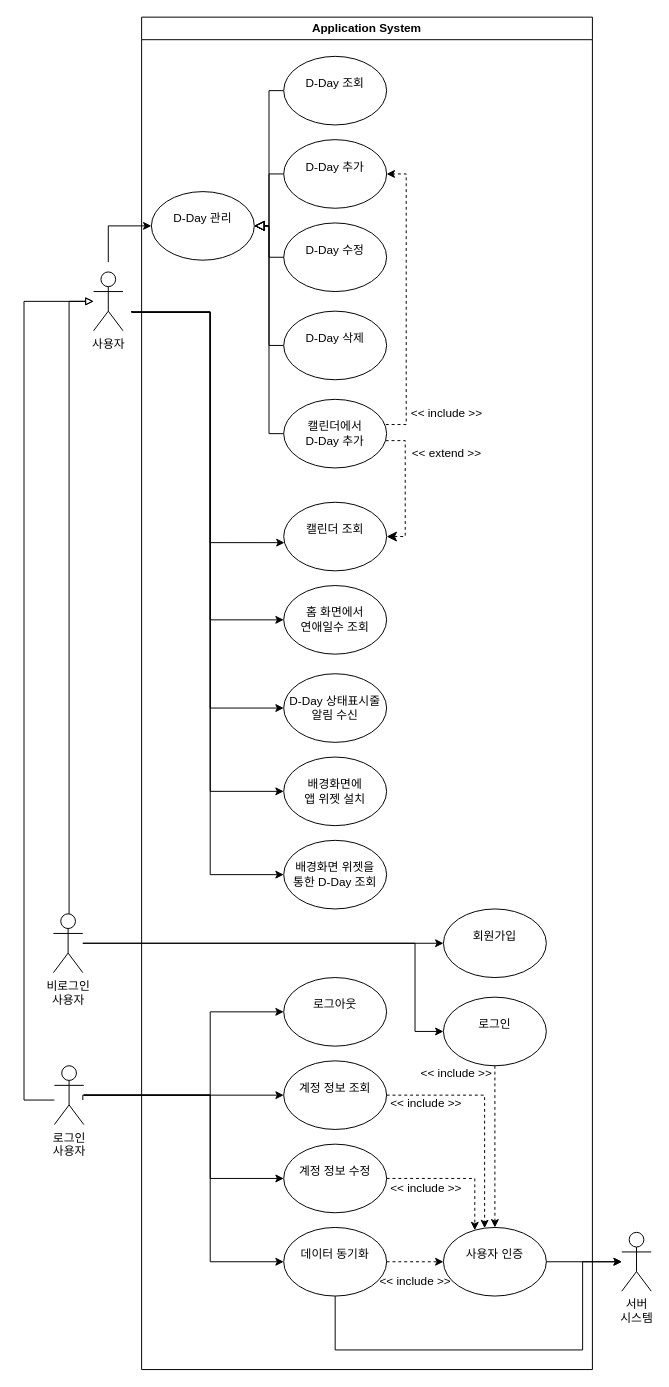
Earlier version of the draw.io diagram use case diagram.drawio (baechuTree/softwareEngineering). Source tidied: cells renumbered, new cells numbered last; positions are measured from the earlier drawing's top-left corner, leaving out a move shared by most shapes. Both pictures are drawn from the tidied source at 98%, with x=0, y=0 at pixel (24, 17).
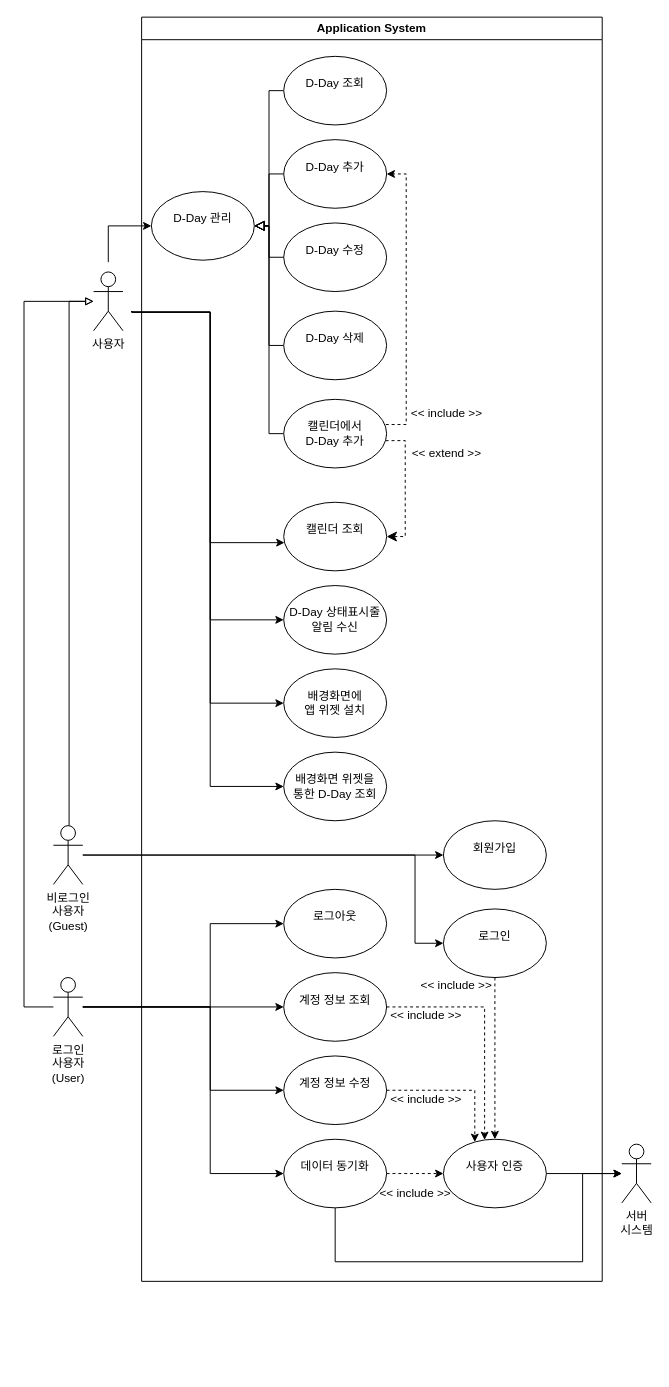
The same page after the edit.

The change refers to these unchanged cells:
```xml
<mxCell id="2" value="&lt;div&gt;사용자&lt;/div&gt;" style="shape=umlActor;verticalLabelPosition=bottom;verticalAlign=top;html=1;outlineConnect=0;" parent="1" vertex="1">
  <mxGeometry x="71" y="260" width="30" height="60" as="geometry" />
</mxCell>
<mxCell id="6" value="&lt;div&gt;&lt;br&gt;&lt;/div&gt;&lt;div&gt;&lt;span style=&quot;background-color: transparent; color: light-dark(rgb(0, 0, 0), rgb(255, 255, 255));&quot;&gt;D-Day 관리&lt;/span&gt;&lt;/div&gt;" style="ellipse;whiteSpace=wrap;html=1;verticalAlign=top;align=center;" parent="4" vertex="1">
  <mxGeometry x="10" y="178" width="105" height="70" as="geometry" />
</mxCell>
```

The edit, as a diff of the source:
```diff
@@
     <mxCell id="4" value="Application System" style="swimlane;whiteSpace=wrap;html=1;" parent="1" vertex="1">
-      <mxGeometry x="120" width="460" height="1380" as="geometry" />
+      <mxGeometry x="120" width="470" height="1290" as="geometry" />
     </mxCell>
@@
+    <mxCell id="23" value="&lt;div&gt;&lt;br&gt;&lt;/div&gt;&lt;div&gt;&lt;span style=&quot;background-color: transparent; color: light-dark(rgb(0, 0, 0), rgb(255, 255, 255));&quot;&gt;D-Day 수정&lt;/span&gt;&lt;/div&gt;" style="ellipse;whiteSpace=wrap;html=1;verticalAlign=top;align=center;" parent="4" vertex="1">
+      <mxGeometry x="145" y="210" width="105" height="70" as="geometry" />
+    </mxCell>
+    <mxCell id="24" style="edgeStyle=elbowEdgeStyle;elbow=horizontal;endArrow=block;html=1;curved=0;rounded=0;endSize=8;startSize=8;fontSize=12;exitX=0;exitY=0.5;exitDx=0;exitDy=0;entryX=1;entryY=0.5;entryDx=0;entryDy=0;endFill=0;" parent="4" edge="1" source="23" target="6">
+      <mxGeometry relative="1" as="geometry" />
+    </mxCell>
     <mxCell id="19" value="&lt;br&gt;&lt;div&gt;배경화면 위젯을&lt;/div&gt;&lt;div&gt;통한 D-Day 조회&lt;/div&gt;" style="ellipse;whiteSpace=wrap;html=1;verticalAlign=top;align=center;" parent="4" vertex="1">
-      <mxGeometry x="145" y="840" width="105" height="70" as="geometry" />
+      <mxGeometry x="145" y="750" width="105" height="70" as="geometry" />
     </mxCell>
     <mxCell id="20" value="&lt;br&gt;&lt;div&gt;D-Day 상태표시줄&lt;/div&gt;&lt;div&gt;알림 수신&lt;/div&gt;" style="ellipse;whiteSpace=wrap;html=1;verticalAlign=top;align=center;" parent="4" vertex="1">
-      <mxGeometry x="145" y="670" width="105" height="70" as="geometry" />
+      <mxGeometry x="145" y="580" width="105" height="70" as="geometry" />
     </mxCell>
     <mxCell id="21" value="&lt;br&gt;&lt;div&gt;배경화면에&lt;/div&gt;&lt;div&gt;앱 위젯 설치&lt;/div&gt;" style="ellipse;whiteSpace=wrap;html=1;verticalAlign=top;align=center;" parent="4" vertex="1">
-      <mxGeometry x="145" y="755" width="105" height="70" as="geometry" />
+      <mxGeometry x="145" y="665" width="105" height="70" as="geometry" />
     </mxCell>
-    <mxCell id="22" value="&lt;div&gt;&lt;br&gt;&lt;/div&gt;&lt;div&gt;홈 화면에서&lt;/div&gt;&lt;div&gt;연애일수 조회&lt;/div&gt;" style="ellipse;whiteSpace=wrap;html=1;verticalAlign=top;align=center;" parent="4" vertex="1">
-      <mxGeometry x="145" y="580" width="105" height="70" as="geometry" />
-    </mxCell>
-    <mxCell id="23" value="&lt;div&gt;&lt;br&gt;&lt;/div&gt;&lt;div&gt;&lt;span style=&quot;background-color: transparent; color: light-dark(rgb(0, 0, 0), rgb(255, 255, 255));&quot;&gt;D-Day 수정&lt;/span&gt;&lt;/div&gt;" style="ellipse;whiteSpace=wrap;html=1;verticalAlign=top;align=center;" parent="4" vertex="1">
-      <mxGeometry x="145" y="210" width="105" height="70" as="geometry" />
-    </mxCell>
-    <mxCell id="24" style="edgeStyle=elbowEdgeStyle;elbow=horizontal;endArrow=block;html=1;curved=0;rounded=0;endSize=8;startSize=8;fontSize=12;exitX=0;exitY=0.5;exitDx=0;exitDy=0;entryX=1;entryY=0.5;entryDx=0;entryDy=0;endFill=0;" parent="4" edge="1" source="23" target="6">
-      <mxGeometry relative="1" as="geometry" />
-    </mxCell>
     <mxCell id="25" value="&amp;lt;&amp;lt; include &amp;gt;&amp;gt;" style="text;html=1;align=center;verticalAlign=middle;strokeColor=none;fillColor=none;" parent="4" vertex="1">
-      <mxGeometry x="271" y="1063" width="100" height="30" as="geometry" />
+      <mxGeometry x="271" y="973" width="100" height="30" as="geometry" />
     </mxCell>
     <mxCell id="26" value="&lt;br&gt;&lt;div&gt;로그아웃&lt;/div&gt;" style="ellipse;whiteSpace=wrap;html=1;verticalAlign=top;align=center;" parent="4" vertex="1">
-      <mxGeometry x="145" y="980" width="105" height="70" as="geometry" />
+      <mxGeometry x="145" y="890" width="105" height="70" as="geometry" />
     </mxCell>
     <mxCell id="27" value="&lt;div&gt;&lt;br&gt;&lt;/div&gt;&lt;div&gt;계정 정보 조회&lt;/div&gt;" style="ellipse;whiteSpace=wrap;html=1;verticalAlign=top;align=center;" parent="4" vertex="1">
-      <mxGeometry x="145" y="1065" width="105" height="70" as="geometry" />
+      <mxGeometry x="145" y="975" width="105" height="70" as="geometry" />
     </mxCell>
-    <mxCell id="28" value="&lt;div&gt;비로그인&lt;/div&gt;&lt;div&gt;사용자&lt;/div&gt;" style="shape=umlActor;verticalLabelPosition=bottom;verticalAlign=top;html=1;outlineConnect=0;" parent="4" vertex="1">
-      <mxGeometry x="-90" y="915" width="30" height="60" as="geometry" />
+    <mxCell id="28" value="&lt;div&gt;비로그인&lt;/div&gt;&lt;div&gt;사용자&lt;/div&gt;&lt;div&gt;(Guest)&lt;/div&gt;" style="shape=umlActor;verticalLabelPosition=bottom;verticalAlign=top;html=1;outlineConnect=0;" parent="4" vertex="1">
+      <mxGeometry x="-90" y="825" width="30" height="60" as="geometry" />
     </mxCell>
     <mxCell id="29" style="endArrow=classic;html=1;rounded=0;entryX=0;entryY=0.5;entryDx=0;entryDy=0;edgeStyle=orthogonalEdgeStyle;" parent="4" edge="1" source="28" target="32">
       <mxGeometry relative="1" as="geometry">
         <Array as="points">
+          <mxPoint x="279" y="855" />
           <mxPoint x="279" y="945" />
-          <mxPoint x="279" y="1035" />
         </Array>
       </mxGeometry>
     </mxCell>
     <mxCell id="30" value="&lt;div&gt;&lt;br&gt;&lt;/div&gt;&lt;div&gt;회원가입&lt;/div&gt;" style="ellipse;whiteSpace=wrap;html=1;verticalAlign=top;align=center;" parent="4" vertex="1">
-      <mxGeometry x="308" y="910" width="105" height="70" as="geometry" />
+      <mxGeometry x="308" y="820" width="105" height="70" as="geometry" />
     </mxCell>
@@
     <mxCell id="32" value="&lt;br&gt;&lt;div&gt;로그인&lt;/div&gt;" style="ellipse;whiteSpace=wrap;html=1;verticalAlign=top;align=center;" parent="4" vertex="1">
-      <mxGeometry x="308" y="1000" width="105" height="70" as="geometry" />
+      <mxGeometry x="308" y="910" width="105" height="70" as="geometry" />
     </mxCell>
     <mxCell id="33" value="&lt;br&gt;&lt;div&gt;계정 정보 수정&lt;/div&gt;" style="ellipse;whiteSpace=wrap;html=1;verticalAlign=top;align=center;" parent="4" vertex="1">
-      <mxGeometry x="145" y="1150" width="105" height="70" as="geometry" />
+      <mxGeometry x="145" y="1060" width="105" height="70" as="geometry" />
     </mxCell>
     <mxCell id="34" value="&lt;br&gt;&lt;div&gt;데이터 동기화&lt;/div&gt;" style="ellipse;whiteSpace=wrap;html=1;verticalAlign=top;align=center;" parent="4" vertex="1">
-      <mxGeometry x="145" y="1235" width="105" height="70" as="geometry" />
+      <mxGeometry x="145" y="1145" width="105" height="70" as="geometry" />
     </mxCell>
     <mxCell id="35" value="&lt;div&gt;&lt;br&gt;&lt;/div&gt;&lt;div&gt;사용자 인증&lt;/div&gt;" style="ellipse;whiteSpace=wrap;html=1;verticalAlign=top;align=center;" parent="4" vertex="1">
-      <mxGeometry x="308" y="1235" width="105" height="70" as="geometry" />
+      <mxGeometry x="308" y="1145" width="105" height="70" as="geometry" />
     </mxCell>
@@
     <mxCell id="37" value="&amp;lt;&amp;lt; include &amp;gt;&amp;gt;" style="text;html=1;align=center;verticalAlign=middle;strokeColor=none;fillColor=none;" parent="4" vertex="1">
-      <mxGeometry x="229" y="1275" width="100" height="30" as="geometry" />
+      <mxGeometry x="229" y="1185" width="100" height="30" as="geometry" />
     </mxCell>
     <mxCell id="38" style="endArrow=classic;html=1;rounded=0;exitX=1;exitY=0.5;exitDx=0;exitDy=0;dashed=1;edgeStyle=orthogonalEdgeStyle;" parent="4" edge="1" source="27" target="35">
       <mxGeometry relative="1" as="geometry">
         <Array as="points">
-          <mxPoint x="350" y="1100" />
+          <mxPoint x="350" y="1010" />
         </Array>
       </mxGeometry>
     </mxCell>
@@
     <mxCell id="40" style="endArrow=classic;html=1;rounded=0;exitX=1;exitY=0.5;exitDx=0;exitDy=0;dashed=1;edgeStyle=orthogonalEdgeStyle;" parent="4" edge="1" source="33" target="35">
       <mxGeometry relative="1" as="geometry">
         <Array as="points">
-          <mxPoint x="340" y="1185" />
+          <mxPoint x="340" y="1095" />
         </Array>
       </mxGeometry>
     </mxCell>
     <mxCell id="41" value="&amp;lt;&amp;lt; include &amp;gt;&amp;gt;" style="text;html=1;align=center;verticalAlign=middle;strokeColor=none;fillColor=none;" parent="4" vertex="1">
-      <mxGeometry x="240" y="1180" width="100" height="30" as="geometry" />
+      <mxGeometry x="240" y="1090" width="100" height="30" as="geometry" />
     </mxCell>
+    <mxCell id="49" value="서버&lt;div&gt;시스템&lt;/div&gt;" style="shape=umlActor;verticalLabelPosition=bottom;verticalAlign=top;html=1;outlineConnect=0;" parent="4" vertex="1">
+      <mxGeometry x="490" y="1150" width="30" height="60" as="geometry" />
+    </mxCell>
+    <mxCell id="50" style="endArrow=classic;html=1;rounded=0;exitX=1;exitY=0.5;exitDx=0;exitDy=0;edgeStyle=orthogonalEdgeStyle;" parent="4" edge="1" source="35" target="49">
+      <mxGeometry relative="1" as="geometry">
+        <Array as="points">
+          <mxPoint x="460" y="1180" />
+          <mxPoint x="460" y="1180" />
+        </Array>
+      </mxGeometry>
+    </mxCell>
+    <mxCell id="55" style="endArrow=classic;html=1;rounded=0;exitX=0.5;exitY=1;exitDx=0;exitDy=0;edgeStyle=orthogonalEdgeStyle;" parent="4" edge="1" source="34" target="49">
+      <mxGeometry relative="1" as="geometry">
+        <Array as="points">
+          <mxPoint x="198" y="1270" />
+          <mxPoint x="450" y="1270" />
+          <mxPoint x="450" y="1180" />
+        </Array>
+      </mxGeometry>
+    </mxCell>
+    <mxCell id="57" value="&amp;lt;&amp;lt; include &amp;gt;&amp;gt;" style="text;html=1;align=center;verticalAlign=middle;strokeColor=none;fillColor=none;" parent="4" vertex="1">
+      <mxGeometry x="240" y="1004" width="100" height="30" as="geometry" />
+    </mxCell>
@@
     <mxCell id="43" style="endArrow=block;html=1;rounded=0;endFill=0;strokeWidth=1;edgeStyle=orthogonalEdgeStyle;" parent="1" edge="1" source="51" target="2">
       <mxGeometry relative="1" as="geometry">
         <Array as="points">
-          <mxPoint y="1105" />
+          <mxPoint y="1010" />
           <mxPoint y="290" />
         </Array>
       </mxGeometry>
     </mxCell>
@@
     <mxCell id="45" style="endArrow=classic;html=1;rounded=0;entryX=0;entryY=0.5;entryDx=0;entryDy=0;edgeStyle=orthogonalEdgeStyle;" parent="1" edge="1" target="20">
       <mxGeometry relative="1" as="geometry">
         <mxPoint x="110" y="300" as="sourcePoint" />
         <Array as="points">
           <mxPoint x="110" y="301" />
           <mxPoint x="190" y="301" />
-          <mxPoint x="190" y="705" />
+          <mxPoint x="190" y="615" />
         </Array>
       </mxGeometry>
     </mxCell>
     <mxCell id="46" style="endArrow=classic;html=1;rounded=0;entryX=0;entryY=0.5;entryDx=0;entryDy=0;edgeStyle=orthogonalEdgeStyle;" parent="1" edge="1" target="19">
       <mxGeometry relative="1" as="geometry">
         <mxPoint x="110" y="300" as="sourcePoint" />
         <Array as="points">
           <mxPoint x="110" y="301" />
           <mxPoint x="190" y="301" />
-          <mxPoint x="190" y="875" />
+          <mxPoint x="190" y="785" />
         </Array>
       </mxGeometry>
     </mxCell>
     <mxCell id="47" style="endArrow=classic;html=1;rounded=0;entryX=0;entryY=0.5;entryDx=0;entryDy=0;edgeStyle=orthogonalEdgeStyle;" parent="1" edge="1" target="21">
       <mxGeometry relative="1" as="geometry">
         <mxPoint x="110" y="300" as="sourcePoint" />
         <Array as="points">
           <mxPoint x="110" y="301" />
           <mxPoint x="190" y="301" />
-          <mxPoint x="190" y="790" />
+          <mxPoint x="190" y="700" />
         </Array>
       </mxGeometry>
     </mxCell>
-    <mxCell id="48" style="endArrow=classic;html=1;rounded=0;entryX=0;entryY=0.5;entryDx=0;entryDy=0;edgeStyle=orthogonalEdgeStyle;" parent="1" edge="1" target="22">
-      <mxGeometry relative="1" as="geometry">
-        <mxPoint x="110" y="300" as="sourcePoint" />
-        <Array as="points">
-          <mxPoint x="190" y="301" />
-          <mxPoint x="190" y="615" />
-        </Array>
-      </mxGeometry>
-    </mxCell>
-    <mxCell id="49" value="서버&lt;div&gt;시스템&lt;/div&gt;" style="shape=umlActor;verticalLabelPosition=bottom;verticalAlign=top;html=1;outlineConnect=0;" parent="1" vertex="1">
-      <mxGeometry x="610" y="1240" width="30" height="60" as="geometry" />
-    </mxCell>
-    <mxCell id="50" style="endArrow=classic;html=1;rounded=0;exitX=1;exitY=0.5;exitDx=0;exitDy=0;edgeStyle=orthogonalEdgeStyle;" parent="1" edge="1" source="35" target="49">
-      <mxGeometry relative="1" as="geometry">
-        <Array as="points">
-          <mxPoint x="580" y="1270" />
-          <mxPoint x="580" y="1270" />
-        </Array>
-      </mxGeometry>
-    </mxCell>
-    <mxCell id="51" value="로그인&lt;div&gt;사용자&lt;/div&gt;" style="shape=umlActor;verticalLabelPosition=bottom;verticalAlign=top;html=1;outlineConnect=0;direction=east;" parent="1" vertex="1">
-      <mxGeometry x="31" y="1070" width="30" height="60" as="geometry" />
+    <mxCell id="51" value="로그인&lt;div&gt;사용자&lt;/div&gt;&lt;div&gt;(User)&lt;/div&gt;" style="shape=umlActor;verticalLabelPosition=bottom;verticalAlign=top;html=1;outlineConnect=0;direction=east;" parent="1" vertex="1">
+      <mxGeometry x="30" y="980" width="30" height="60" as="geometry" />
     </mxCell>
-    <mxCell id="52" style="endArrow=classic;html=1;rounded=0;entryX=0;entryY=0.5;entryDx=0;entryDy=0;edgeStyle=orthogonalEdgeStyle;" parent="1" edge="1" target="26">
-      <mxGeometry relative="1" as="geometry">
-        <mxPoint x="60" y="1105" as="sourcePoint" />
-        <Array as="points">
-          <mxPoint x="60" y="1100" />
-          <mxPoint x="190" y="1100" />
-          <mxPoint x="190" y="1015" />
-        </Array>
-      </mxGeometry>
-    </mxCell>
@@
     <mxCell id="54" style="endArrow=classic;html=1;rounded=0;entryX=0;entryY=0.5;entryDx=0;entryDy=0;edgeStyle=orthogonalEdgeStyle;" parent="1" edge="1" source="51" target="34">
       <mxGeometry relative="1" as="geometry">
         <Array as="points">
-          <mxPoint x="190" y="1100" />
-          <mxPoint x="190" y="1270" />
+          <mxPoint x="190" y="1010" />
+          <mxPoint x="190" y="1180" />
         </Array>
       </mxGeometry>
     </mxCell>
-    <mxCell id="55" style="endArrow=classic;html=1;rounded=0;exitX=0.5;exitY=1;exitDx=0;exitDy=0;edgeStyle=orthogonalEdgeStyle;" parent="1" edge="1" source="34" target="49">
-      <mxGeometry relative="1" as="geometry">
-        <Array as="points">
-          <mxPoint x="318" y="1360" />
-          <mxPoint x="570" y="1360" />
-          <mxPoint x="570" y="1270" />
-        </Array>
-      </mxGeometry>
-    </mxCell>
     <mxCell id="56" style="endArrow=classic;html=1;rounded=0;entryX=0;entryY=0.5;entryDx=0;entryDy=0;edgeStyle=orthogonalEdgeStyle;" parent="1" edge="1" source="51" target="33">
       <mxGeometry relative="1" as="geometry">
         <Array as="points">
-          <mxPoint x="190" y="1100" />
-          <mxPoint x="190" y="1185" />
+          <mxPoint x="190" y="1010" />
+          <mxPoint x="190" y="1095" />
         </Array>
       </mxGeometry>
     </mxCell>
-    <mxCell id="57" value="&amp;lt;&amp;lt; include &amp;gt;&amp;gt;" style="text;html=1;align=center;verticalAlign=middle;strokeColor=none;fillColor=none;" parent="1" vertex="1">
-      <mxGeometry x="360" y="1094" width="100" height="30" as="geometry" />
-    </mxCell>
+    <mxCell id="52" style="endArrow=classic;html=1;rounded=0;entryX=0;entryY=0.5;entryDx=0;entryDy=0;edgeStyle=orthogonalEdgeStyle;" parent="1" edge="1" source="51" target="26">
+      <mxGeometry relative="1" as="geometry">
+        <Array as="points">
+          <mxPoint x="190" y="1010" />
+          <mxPoint x="190" y="925" />
+        </Array>
+      </mxGeometry>
+    </mxCell>
```
